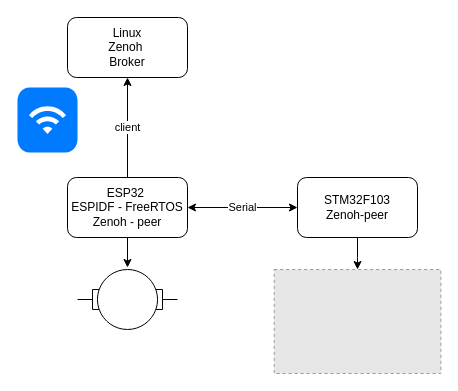
Above: zenoh-stm32/doc/architecture_hb.drawio in vortex314/zenoh-projects (draw.io), before the change. Source tidied: cells renumbered, new cells numbered last; positions are measured from the earlier drawing's top-left corner, leaving out a move shared by most shapes. Both pictures are drawn from the tidied source at 100%, with x=0, y=0 at pixel (17, 17). Pictures stored in the file or linked from it are replaced by grey dashed boxes.
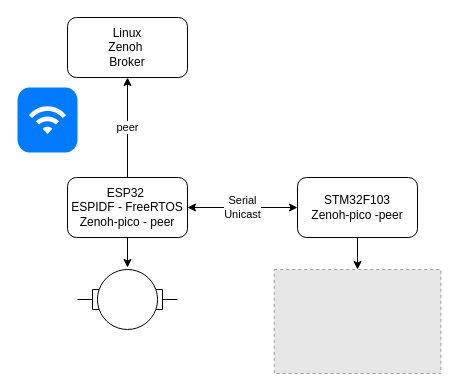
After the change.

What changed in the source:
```diff
@@
 <mxGraphModel>
   <root>
     <mxCell id="0" />
     <mxCell id="1" parent="0" />
     <mxCell id="2" style="html=1;strokeWidth=1;shadow=0;dashed=0;shape=mxgraph.ios7.misc.wifi;fillColor=#007AFF;strokeColor=none;buttonText=;strokeColor2=#222222;fontColor=#222222;fontSize=8;verticalLabelPosition=bottom;verticalAlign=top;align=center;sketch=0;" parent="1" vertex="1">
       <mxGeometry y="70" width="60" height="65" as="geometry" />
     </mxCell>
-    <mxCell id="3" value="Serial" style="edgeStyle=orthogonalEdgeStyle;rounded=0;jettySize=auto;html=1;exitX=1;exitY=0.5;exitDx=0;exitDy=0;entryX=0;entryY=0.5;entryDx=0;entryDy=0;startArrow=classic;startFill=1;" parent="1" edge="1" source="6" target="8">
+    <mxCell id="3" value="Serial&lt;div&gt;Unicast&lt;/div&gt;" style="edgeStyle=orthogonalEdgeStyle;rounded=0;jettySize=auto;html=1;exitX=1;exitY=0.5;exitDx=0;exitDy=0;entryX=0;entryY=0.5;entryDx=0;entryDy=0;startArrow=classic;startFill=1;" parent="1" edge="1" source="6" target="8">
       <mxGeometry relative="1" as="geometry" />
     </mxCell>
-    <mxCell id="4" value="client" style="edgeStyle=orthogonalEdgeStyle;rounded=0;jettySize=auto;html=1;exitX=0.5;exitY=0;exitDx=0;exitDy=0;entryX=0.5;entryY=1;entryDx=0;entryDy=0;" parent="1" edge="1" source="6" target="9">
+    <mxCell id="4" value="peer" style="edgeStyle=orthogonalEdgeStyle;rounded=0;jettySize=auto;html=1;exitX=0.5;exitY=0;exitDx=0;exitDy=0;entryX=0.5;entryY=1;entryDx=0;entryDy=0;" parent="1" edge="1" source="6" target="9">
       <mxGeometry relative="1" as="geometry" />
     </mxCell>
     <mxCell id="5" style="edgeStyle=orthogonalEdgeStyle;rounded=0;jettySize=auto;html=1;exitX=0.5;exitY=1;exitDx=0;exitDy=0;" parent="1" edge="1" source="6">
       <mxGeometry relative="1" as="geometry">
         <mxPoint x="110" y="250" as="targetPoint" />
       </mxGeometry>
     </mxCell>
-    <mxCell id="6" value="ESP32&amp;nbsp;&lt;div&gt;ESPIDF - FreeRTOS&lt;/div&gt;&lt;div&gt;Zenoh - peer&lt;/div&gt;" style="rounded=1;whiteSpace=wrap;html=1;" parent="1" vertex="1">
+    <mxCell id="6" value="ESP32&amp;nbsp;&lt;div&gt;ESPIDF - FreeRTOS&lt;/div&gt;&lt;div&gt;Zenoh-pico - peer&lt;/div&gt;" style="rounded=1;whiteSpace=wrap;html=1;" parent="1" vertex="1">
       <mxGeometry x="50" y="160" width="120" height="60" as="geometry" />
     </mxCell>
     <mxCell id="7" style="edgeStyle=orthogonalEdgeStyle;rounded=0;jettySize=auto;html=1;exitX=0.5;exitY=1;exitDx=0;exitDy=0;" parent="1" edge="1" source="8" target="10">
       <mxGeometry relative="1" as="geometry" />
     </mxCell>
-    <mxCell id="8" value="STM32F103&lt;div&gt;Zenoh-peer&lt;/div&gt;" style="rounded=1;whiteSpace=wrap;html=1;" parent="1" vertex="1">
+    <mxCell id="8" value="STM32F103&lt;div&gt;Zenoh-pico -peer&lt;/div&gt;" style="rounded=1;whiteSpace=wrap;html=1;" parent="1" vertex="1">
       <mxGeometry x="280" y="160" width="120" height="60" as="geometry" />
     </mxCell>
     <mxCell id="9" value="Linux&lt;div&gt;Zenoh&amp;nbsp;&lt;/div&gt;&lt;div&gt;Broker&lt;/div&gt;" style="rounded=1;whiteSpace=wrap;html=1;" parent="1" vertex="1">
       <mxGeometry x="50" width="120" height="60" as="geometry" />
     </mxCell>
     <mxCell id="10" style="fillColor=#E6E6E6;strokeColor=#999999;dashed=1;verticalLabelPosition=bottom;labelBackgroundColor=default;verticalAlign=top;" parent="1" vertex="1">
       <mxGeometry x="256.7" y="252" width="166.7" height="104" as="geometry" />
     </mxCell>
     <mxCell id="11" style="shape=mxgraph.electrical.electro-mechanical.motor_2;html=1;shadow=0;dashed=0;align=center;fontSize=30;strokeWidth=1;" parent="1" vertex="1">
       <mxGeometry x="60" y="252" width="100" height="60" as="geometry" />
     </mxCell>
   </root>
 </mxGraphModel>
```
